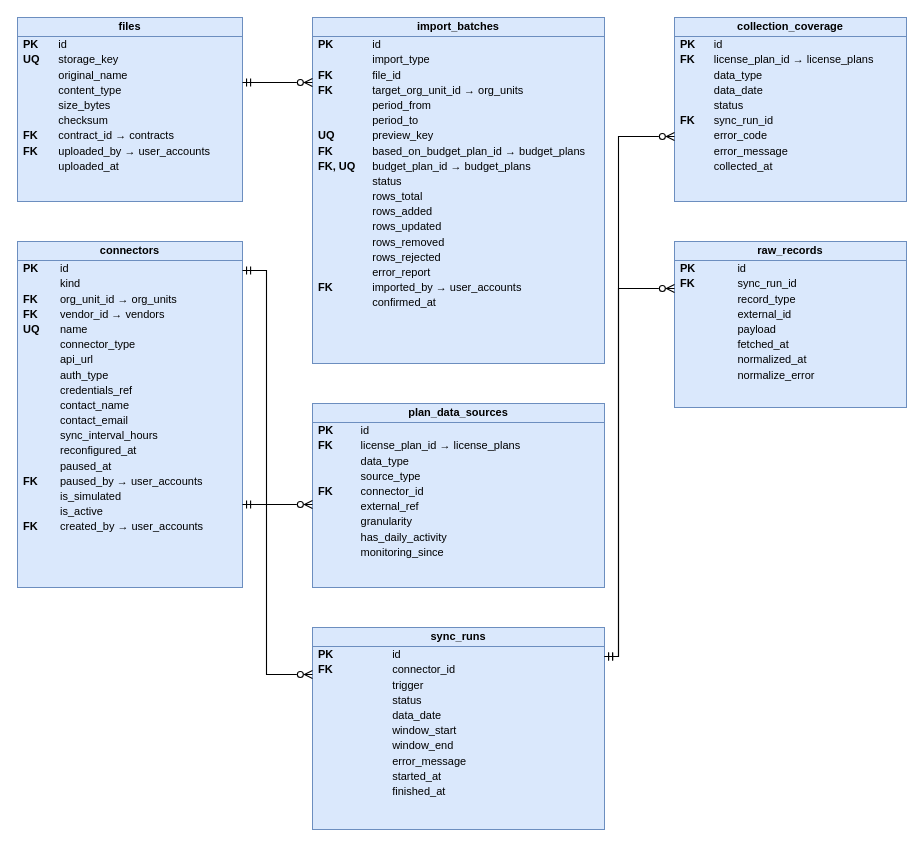
cuonglpv/VFast keeps this draw.io diagram as docs/database/diagrams/erd_collection.drawio. Above is the earlier version. Source tidied: cells renumbered, new cells numbered last; positions are measured from the earlier drawing's top-left corner, leaving out a move shared by most shapes. Both pictures are drawn from the tidied source at 100%, with x=0, y=0 at pixel (17, 17).
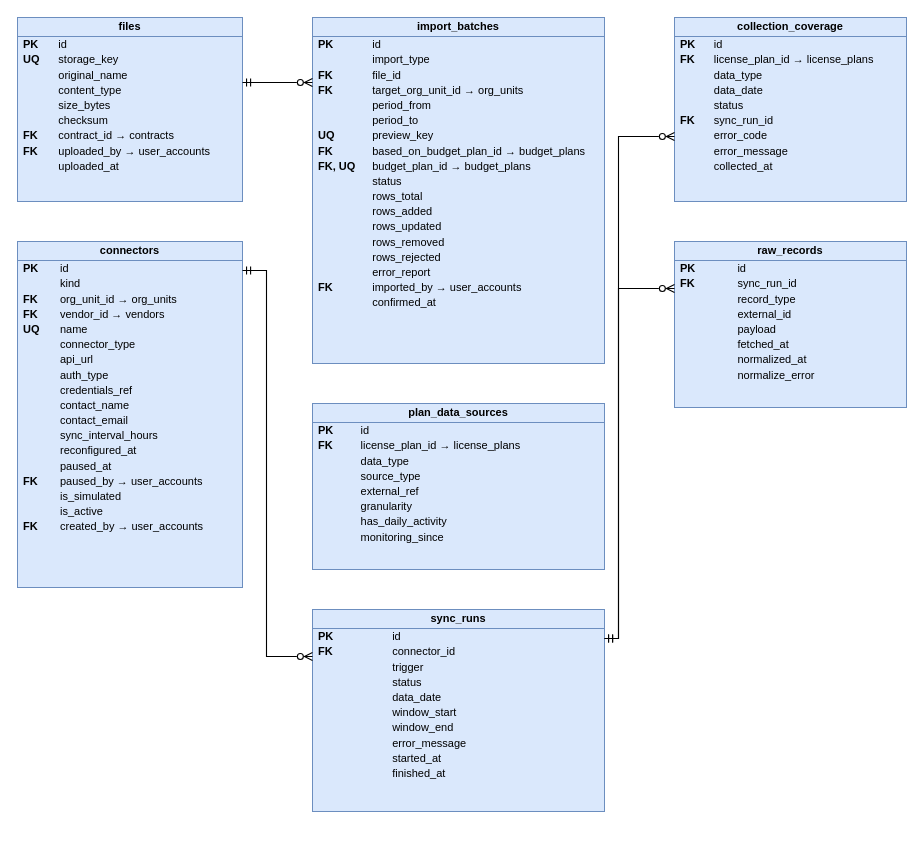
The same page after the edit.

Change to the diagram source:
```diff
@@
-    <mxCell id="5" value="&lt;div style=&quot;font-weight:bold;text-align:center;padding:3px 0;border-bottom:1px solid #6C8EBF;&quot;&gt;plan_data_sources&lt;/div&gt;&lt;table style=&quot;width:100%;font-size:11px;border-collapse:collapse;&quot;&gt;&lt;tr&gt;&lt;td style=&quot;padding:1px 8px 1px 6px;&quot;&gt;&lt;b&gt;PK&lt;/b&gt;&lt;/td&gt;&lt;td style=&quot;padding:1px 6px;&quot;&gt;id&lt;/td&gt;&lt;/tr&gt;&lt;tr&gt;&lt;td style=&quot;padding:1px 8px 1px 6px;&quot;&gt;&lt;b&gt;FK&lt;/b&gt;&lt;/td&gt;&lt;td style=&quot;padding:1px 6px;&quot;&gt;license_plan_id → license_plans&lt;/td&gt;&lt;/tr&gt;&lt;tr&gt;&lt;td style=&quot;padding:1px 8px 1px 6px;&quot;&gt;&lt;b&gt;&lt;/b&gt;&lt;/td&gt;&lt;td style=&quot;padding:1px 6px;&quot;&gt;data_type&lt;/td&gt;&lt;/tr&gt;&lt;tr&gt;&lt;td style=&quot;padding:1px 8px 1px 6px;&quot;&gt;&lt;b&gt;&lt;/b&gt;&lt;/td&gt;&lt;td style=&quot;padding:1px 6px;&quot;&gt;source_type&lt;/td&gt;&lt;/tr&gt;&lt;tr&gt;&lt;td style=&quot;padding:1px 8px 1px 6px;&quot;&gt;&lt;b&gt;FK&lt;/b&gt;&lt;/td&gt;&lt;td style=&quot;padding:1px 6px;&quot;&gt;connector_id&lt;/td&gt;&lt;/tr&gt;&lt;tr&gt;&lt;td style=&quot;padding:1px 8px 1px 6px;&quot;&gt;&lt;b&gt;&lt;/b&gt;&lt;/td&gt;&lt;td style=&quot;padding:1px 6px;&quot;&gt;external_ref&lt;/td&gt;&lt;/tr&gt;&lt;tr&gt;&lt;td style=&quot;padding:1px 8px 1px 6px;&quot;&gt;&lt;b&gt;&lt;/b&gt;&lt;/td&gt;&lt;td style=&quot;padding:1px 6px;&quot;&gt;granularity&lt;/td&gt;&lt;/tr&gt;&lt;tr&gt;&lt;td style=&quot;padding:1px 8px 1px 6px;&quot;&gt;&lt;b&gt;&lt;/b&gt;&lt;/td&gt;&lt;td style=&quot;padding:1px 6px;&quot;&gt;has_daily_activity&lt;/td&gt;&lt;/tr&gt;&lt;tr&gt;&lt;td style=&quot;padding:1px 8px 1px 6px;&quot;&gt;&lt;b&gt;&lt;/b&gt;&lt;/td&gt;&lt;td style=&quot;padding:1px 6px;&quot;&gt;monitoring_since&lt;/td&gt;&lt;/tr&gt;&lt;/table&gt;" style="rounded=0;whiteSpace=wrap;html=1;verticalAlign=top;align=left;spacing=0;overflow=fill;fillColor=#DAE8FC;strokeColor=#6C8EBF;fontSize=11;" parent="1" vertex="1">
-      <mxGeometry x="295" y="386" width="292" height="184" as="geometry" />
+    <mxCell id="5" value="&lt;div style=&quot;font-weight:bold;text-align:center;padding:3px 0;border-bottom:1px solid #6C8EBF;&quot;&gt;plan_data_sources&lt;/div&gt;&lt;table style=&quot;width:100%;font-size:11px;border-collapse:collapse;&quot;&gt;&lt;tr&gt;&lt;td style=&quot;padding:1px 8px 1px 6px;&quot;&gt;&lt;b&gt;PK&lt;/b&gt;&lt;/td&gt;&lt;td style=&quot;padding:1px 6px;&quot;&gt;id&lt;/td&gt;&lt;/tr&gt;&lt;tr&gt;&lt;td style=&quot;padding:1px 8px 1px 6px;&quot;&gt;&lt;b&gt;FK&lt;/b&gt;&lt;/td&gt;&lt;td style=&quot;padding:1px 6px;&quot;&gt;license_plan_id → license_plans&lt;/td&gt;&lt;/tr&gt;&lt;tr&gt;&lt;td style=&quot;padding:1px 8px 1px 6px;&quot;&gt;&lt;b&gt;&lt;/b&gt;&lt;/td&gt;&lt;td style=&quot;padding:1px 6px;&quot;&gt;data_type&lt;/td&gt;&lt;/tr&gt;&lt;tr&gt;&lt;td style=&quot;padding:1px 8px 1px 6px;&quot;&gt;&lt;b&gt;&lt;/b&gt;&lt;/td&gt;&lt;td style=&quot;padding:1px 6px;&quot;&gt;source_type&lt;/td&gt;&lt;/tr&gt;&lt;tr&gt;&lt;td style=&quot;padding:1px 8px 1px 6px;&quot;&gt;&lt;b&gt;&lt;/b&gt;&lt;/td&gt;&lt;td style=&quot;padding:1px 6px;&quot;&gt;external_ref&lt;/td&gt;&lt;/tr&gt;&lt;tr&gt;&lt;td style=&quot;padding:1px 8px 1px 6px;&quot;&gt;&lt;b&gt;&lt;/b&gt;&lt;/td&gt;&lt;td style=&quot;padding:1px 6px;&quot;&gt;granularity&lt;/td&gt;&lt;/tr&gt;&lt;tr&gt;&lt;td style=&quot;padding:1px 8px 1px 6px;&quot;&gt;&lt;b&gt;&lt;/b&gt;&lt;/td&gt;&lt;td style=&quot;padding:1px 6px;&quot;&gt;has_daily_activity&lt;/td&gt;&lt;/tr&gt;&lt;tr&gt;&lt;td style=&quot;padding:1px 8px 1px 6px;&quot;&gt;&lt;b&gt;&lt;/b&gt;&lt;/td&gt;&lt;td style=&quot;padding:1px 6px;&quot;&gt;monitoring_since&lt;/td&gt;&lt;/tr&gt;&lt;/table&gt;" style="rounded=0;whiteSpace=wrap;html=1;verticalAlign=top;align=left;spacing=0;overflow=fill;fillColor=#DAE8FC;strokeColor=#6C8EBF;fontSize=11;" parent="1" vertex="1">
+      <mxGeometry x="295" y="386" width="292" height="166" as="geometry" />
     </mxCell>
     <mxCell id="6" value="&lt;div style=&quot;font-weight:bold;text-align:center;padding:3px 0;border-bottom:1px solid #6C8EBF;&quot;&gt;sync_runs&lt;/div&gt;&lt;table style=&quot;width:100%;font-size:11px;border-collapse:collapse;&quot;&gt;&lt;tr&gt;&lt;td style=&quot;padding:1px 8px 1px 6px;&quot;&gt;&lt;b&gt;PK&lt;/b&gt;&lt;/td&gt;&lt;td style=&quot;padding:1px 6px;&quot;&gt;id&lt;/td&gt;&lt;/tr&gt;&lt;tr&gt;&lt;td style=&quot;padding:1px 8px 1px 6px;&quot;&gt;&lt;b&gt;FK&lt;/b&gt;&lt;/td&gt;&lt;td style=&quot;padding:1px 6px;&quot;&gt;connector_id&lt;/td&gt;&lt;/tr&gt;&lt;tr&gt;&lt;td style=&quot;padding:1px 8px 1px 6px;&quot;&gt;&lt;b&gt;&lt;/b&gt;&lt;/td&gt;&lt;td style=&quot;padding:1px 6px;&quot;&gt;trigger&lt;/td&gt;&lt;/tr&gt;&lt;tr&gt;&lt;td style=&quot;padding:1px 8px 1px 6px;&quot;&gt;&lt;b&gt;&lt;/b&gt;&lt;/td&gt;&lt;td style=&quot;padding:1px 6px;&quot;&gt;status&lt;/td&gt;&lt;/tr&gt;&lt;tr&gt;&lt;td style=&quot;padding:1px 8px 1px 6px;&quot;&gt;&lt;b&gt;&lt;/b&gt;&lt;/td&gt;&lt;td style=&quot;padding:1px 6px;&quot;&gt;data_date&lt;/td&gt;&lt;/tr&gt;&lt;tr&gt;&lt;td style=&quot;padding:1px 8px 1px 6px;&quot;&gt;&lt;b&gt;&lt;/b&gt;&lt;/td&gt;&lt;td style=&quot;padding:1px 6px;&quot;&gt;window_start&lt;/td&gt;&lt;/tr&gt;&lt;tr&gt;&lt;td style=&quot;padding:1px 8px 1px 6px;&quot;&gt;&lt;b&gt;&lt;/b&gt;&lt;/td&gt;&lt;td style=&quot;padding:1px 6px;&quot;&gt;window_end&lt;/td&gt;&lt;/tr&gt;&lt;tr&gt;&lt;td style=&quot;padding:1px 8px 1px 6px;&quot;&gt;&lt;b&gt;&lt;/b&gt;&lt;/td&gt;&lt;td style=&quot;padding:1px 6px;&quot;&gt;error_message&lt;/td&gt;&lt;/tr&gt;&lt;tr&gt;&lt;td style=&quot;padding:1px 8px 1px 6px;&quot;&gt;&lt;b&gt;&lt;/b&gt;&lt;/td&gt;&lt;td style=&quot;padding:1px 6px;&quot;&gt;started_at&lt;/td&gt;&lt;/tr&gt;&lt;tr&gt;&lt;td style=&quot;padding:1px 8px 1px 6px;&quot;&gt;&lt;b&gt;&lt;/b&gt;&lt;/td&gt;&lt;td style=&quot;padding:1px 6px;&quot;&gt;finished_at&lt;/td&gt;&lt;/tr&gt;&lt;/table&gt;" style="rounded=0;whiteSpace=wrap;html=1;verticalAlign=top;align=left;spacing=0;overflow=fill;fillColor=#DAE8FC;strokeColor=#6C8EBF;fontSize=11;" parent="1" vertex="1">
-      <mxGeometry x="295" y="610" width="292" height="202" as="geometry" />
+      <mxGeometry x="295" y="592" width="292" height="202" as="geometry" />
     </mxCell>
@@
     <mxCell id="10" style="html=1;rounded=0;endArrow=ERzeroToMany;endFill=0;startArrow=ERmandOne;startFill=0;strokeColor=#000000;strokeWidth=1.1;" parent="1" edge="1">
       <mxGeometry relative="1" as="geometry">
         <mxPoint x="225" y="253" as="sourcePoint" />
-        <mxPoint x="295" y="657" as="targetPoint" />
+        <mxPoint x="295" y="639" as="targetPoint" />
         <Array as="points">
           <mxPoint x="249" y="253" />
-          <mxPoint x="249" y="657" />
+          <mxPoint x="249" y="639" />
         </Array>
       </mxGeometry>
     </mxCell>
     <mxCell id="11" style="html=1;rounded=0;endArrow=ERzeroToMany;endFill=0;startArrow=ERmandOne;startFill=0;strokeColor=#000000;strokeWidth=1.1;" parent="1" edge="1">
       <mxGeometry relative="1" as="geometry">
-        <mxPoint x="225" y="487" as="sourcePoint" />
-        <mxPoint x="295" y="487" as="targetPoint" />
+        <mxPoint x="587" y="621" as="sourcePoint" />
+        <mxPoint x="657" y="271" as="targetPoint" />
+        <Array as="points">
+          <mxPoint x="601" y="621" />
+          <mxPoint x="601" y="271" />
+        </Array>
       </mxGeometry>
     </mxCell>
     <mxCell id="12" style="html=1;rounded=0;endArrow=ERzeroToMany;endFill=0;startArrow=ERmandOne;startFill=0;strokeColor=#000000;strokeWidth=1.1;" parent="1" edge="1">
       <mxGeometry relative="1" as="geometry">
-        <mxPoint x="587" y="639" as="sourcePoint" />
-        <mxPoint x="657" y="271" as="targetPoint" />
+        <mxPoint x="587" y="621" as="sourcePoint" />
+        <mxPoint x="657" y="119" as="targetPoint" />
         <Array as="points">
-          <mxPoint x="601" y="639" />
-          <mxPoint x="601" y="271" />
+          <mxPoint x="601" y="621" />
+          <mxPoint x="601" y="119" />
         </Array>
       </mxGeometry>
     </mxCell>
-    <mxCell id="13" style="html=1;rounded=0;endArrow=ERzeroToMany;endFill=0;startArrow=ERmandOne;startFill=0;strokeColor=#000000;strokeWidth=1.1;" parent="1" edge="1">
-      <mxGeometry relative="1" as="geometry">
-        <mxPoint x="587" y="639" as="sourcePoint" />
-        <mxPoint x="657" y="119" as="targetPoint" />
-        <Array as="points">
-          <mxPoint x="601" y="639" />
-          <mxPoint x="601" y="119" />
-        </Array>
-      </mxGeometry>
-    </mxCell>
```
